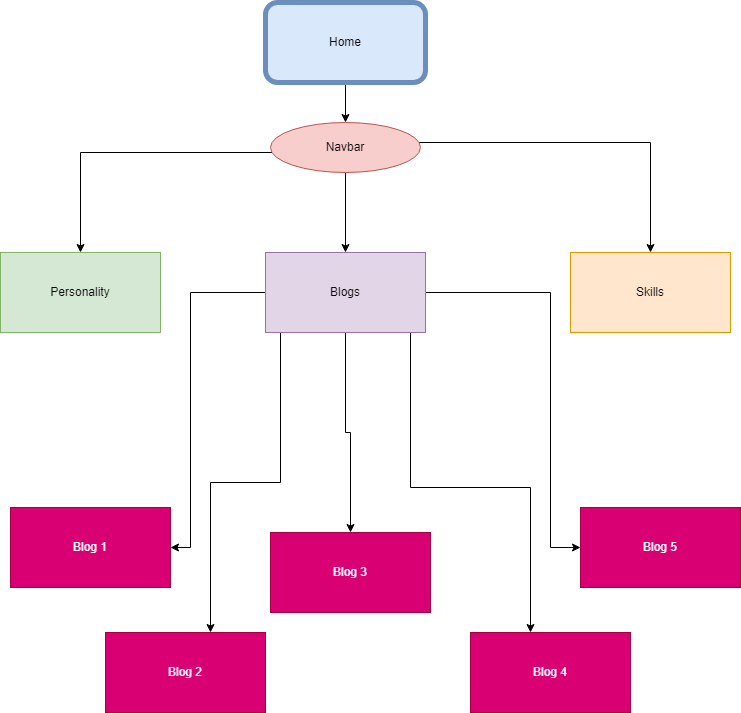
Earlier version of the draw.io export docs/Sitemap.png (k3vinphuong/T1A2-Portfolio-Website). Source tidied: cells renumbered, new cells last; positions are measured from the earlier drawing's top-left corner, leaving out a move shared by most shapes. Source of this version:
```xml
<mxGraphModel>
  <root>
    <mxCell id="0" />
    <mxCell id="1" parent="0" />
    <mxCell id="2" style="edgeStyle=orthogonalEdgeStyle;rounded=0;jettySize=auto;html=1;" parent="1" edge="1" source="17" target="7">
      <mxGeometry relative="1" as="geometry">
        <Array as="points">
          <mxPoint x="80" y="150" />
        </Array>
      </mxGeometry>
    </mxCell>
    <mxCell id="3" style="edgeStyle=orthogonalEdgeStyle;rounded=0;jettySize=auto;html=1;" parent="1" edge="1" source="17" target="8">
      <mxGeometry relative="1" as="geometry">
        <Array as="points">
          <mxPoint x="650" y="140" />
        </Array>
      </mxGeometry>
    </mxCell>
    <mxCell id="4" style="edgeStyle=orthogonalEdgeStyle;rounded=0;jettySize=auto;html=1;" parent="1" edge="1" source="17" target="14">
      <mxGeometry relative="1" as="geometry">
        <Array as="points">
          <mxPoint x="345" y="250" />
          <mxPoint x="345" y="250" />
        </Array>
      </mxGeometry>
    </mxCell>
    <mxCell id="5" style="edgeStyle=orthogonalEdgeStyle;rounded=0;jettySize=auto;html=1;" parent="1" edge="1" source="6" target="17">
      <mxGeometry relative="1" as="geometry" />
    </mxCell>
    <mxCell id="6" value="Home" style="rounded=1;whiteSpace=wrap;html=1;fillColor=#dae8fc;strokeColor=#6c8ebf;strokeWidth=5;" parent="1" vertex="1">
      <mxGeometry x="265" width="160" height="80" as="geometry" />
    </mxCell>
    <mxCell id="7" value="Personality" style="rounded=0;whiteSpace=wrap;html=1;fillColor=#d5e8d4;strokeColor=#82b366;" parent="1" vertex="1">
      <mxGeometry y="250" width="160" height="80" as="geometry" />
    </mxCell>
    <mxCell id="8" value="Skills" style="rounded=0;whiteSpace=wrap;html=1;fillColor=#ffe6cc;strokeColor=#d79b00;" parent="1" vertex="1">
      <mxGeometry x="570" y="250" width="160" height="80" as="geometry" />
    </mxCell>
    <mxCell id="9" style="edgeStyle=orthogonalEdgeStyle;rounded=0;jettySize=auto;html=1;" parent="1" edge="1" source="14" target="15">
      <mxGeometry relative="1" as="geometry">
        <Array as="points">
          <mxPoint x="190" y="290" />
        </Array>
      </mxGeometry>
    </mxCell>
    <mxCell id="10" style="edgeStyle=orthogonalEdgeStyle;rounded=0;jettySize=auto;html=1;" parent="1" edge="1" source="14" target="16">
      <mxGeometry relative="1" as="geometry">
        <Array as="points">
          <mxPoint x="550" y="290" />
          <mxPoint x="550" y="545" />
        </Array>
      </mxGeometry>
    </mxCell>
    <mxCell id="11" style="edgeStyle=orthogonalEdgeStyle;rounded=0;jettySize=auto;html=1;" parent="1" edge="1" source="14" target="18">
      <mxGeometry relative="1" as="geometry">
        <Array as="points">
          <mxPoint x="280" y="480" />
          <mxPoint x="210" y="480" />
        </Array>
      </mxGeometry>
    </mxCell>
    <mxCell id="12" style="edgeStyle=orthogonalEdgeStyle;rounded=0;jettySize=auto;html=1;" parent="1" edge="1" source="14" target="19">
      <mxGeometry relative="1" as="geometry">
        <Array as="points">
          <mxPoint x="410" y="485" />
          <mxPoint x="530" y="485" />
        </Array>
      </mxGeometry>
    </mxCell>
    <mxCell id="13" style="edgeStyle=orthogonalEdgeStyle;rounded=0;jettySize=auto;html=1;" parent="1" edge="1" source="14" target="20">
      <mxGeometry relative="1" as="geometry" />
    </mxCell>
    <mxCell id="14" value="Blogs" style="rounded=0;whiteSpace=wrap;html=1;fillColor=#e1d5e7;strokeColor=#9673a6;" parent="1" vertex="1">
      <mxGeometry x="265" y="250" width="160" height="80" as="geometry" />
    </mxCell>
    <mxCell id="15" value="Blog 1" style="rounded=0;whiteSpace=wrap;html=1;fillColor=#d80073;fontColor=#ffffff;strokeColor=#A50040;" parent="1" vertex="1">
      <mxGeometry x="10" y="505" width="160" height="80" as="geometry" />
    </mxCell>
    <mxCell id="16" value="Blog 5" style="whiteSpace=wrap;html=1;rounded=0;fillColor=#d80073;fontColor=#ffffff;strokeColor=#A50040;" parent="1" vertex="1">
      <mxGeometry x="580" y="505" width="160" height="80" as="geometry" />
    </mxCell>
    <mxCell id="17" value="Navbar" style="ellipse;whiteSpace=wrap;html=1;fillColor=#f8cecc;strokeColor=#b85450;" parent="1" vertex="1">
      <mxGeometry x="270" y="120" width="150" height="50" as="geometry" />
    </mxCell>
    <mxCell id="18" value="Blog 2" style="rounded=0;whiteSpace=wrap;html=1;fillColor=#d80073;fontColor=#ffffff;strokeColor=#A50040;" parent="1" vertex="1">
      <mxGeometry x="105" y="630" width="160" height="80" as="geometry" />
    </mxCell>
    <mxCell id="19" value="Blog 4" style="rounded=0;whiteSpace=wrap;html=1;fillColor=#d80073;fontColor=#ffffff;strokeColor=#A50040;" parent="1" vertex="1">
      <mxGeometry x="470" y="630" width="160" height="80" as="geometry" />
    </mxCell>
    <mxCell id="20" value="Blog 3" style="rounded=0;whiteSpace=wrap;html=1;fillColor=#d80073;fontColor=#ffffff;strokeColor=#A50040;" parent="1" vertex="1">
      <mxGeometry x="270" y="530" width="160" height="80" as="geometry" />
    </mxCell>
  </root>
</mxGraphModel>
```
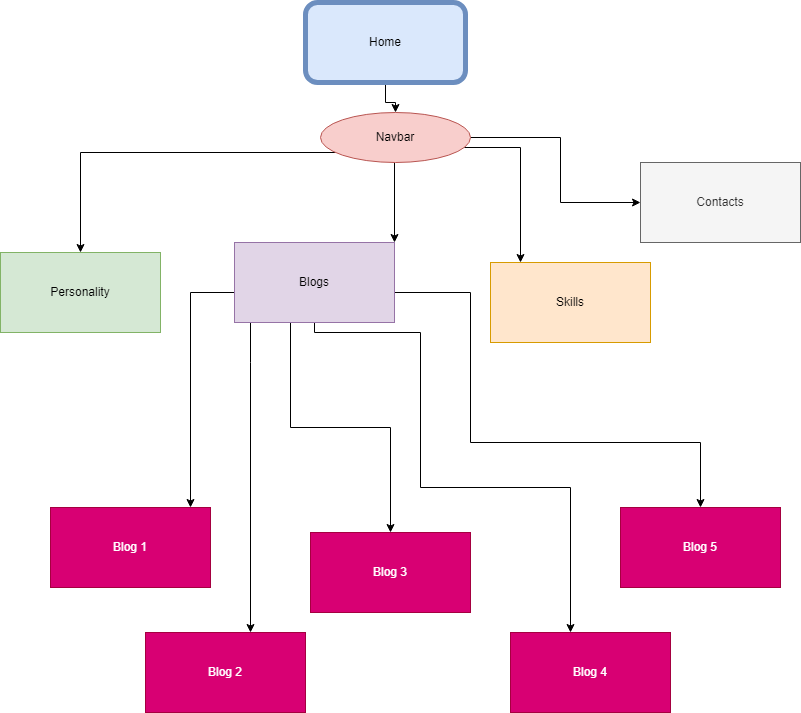
After the commit.

Diff of the diagram source:
```diff
@@ -5,14 +5,14 @@
     <mxCell id="2" style="edgeStyle=orthogonalEdgeStyle;rounded=0;jettySize=auto;html=1;" parent="1" edge="1" source="17" target="7">
       <mxGeometry relative="1" as="geometry">
         <Array as="points">
-          <mxPoint x="80" y="150" />
+          <mxPoint x="40" y="150" />
         </Array>
       </mxGeometry>
     </mxCell>
     <mxCell id="3" style="edgeStyle=orthogonalEdgeStyle;rounded=0;jettySize=auto;html=1;" parent="1" edge="1" source="17" target="8">
       <mxGeometry relative="1" as="geometry">
         <Array as="points">
-          <mxPoint x="650" y="140" />
+          <mxPoint x="480" y="145" />
         </Array>
       </mxGeometry>
     </mxCell>
@@ -31,47 +31,55 @@
       <mxGeometry x="265" width="160" height="80" as="geometry" />
     </mxCell>
     <mxCell id="7" value="Personality" style="rounded=0;whiteSpace=wrap;html=1;fillColor=#d5e8d4;strokeColor=#82b366;" parent="1" vertex="1">
-      <mxGeometry y="250" width="160" height="80" as="geometry" />
+      <mxGeometry x="-40" y="250" width="160" height="80" as="geometry" />
     </mxCell>
     <mxCell id="8" value="Skills" style="rounded=0;whiteSpace=wrap;html=1;fillColor=#ffe6cc;strokeColor=#d79b00;" parent="1" vertex="1">
-      <mxGeometry x="570" y="250" width="160" height="80" as="geometry" />
+      <mxGeometry x="450" y="260" width="160" height="80" as="geometry" />
     </mxCell>
     <mxCell id="9" style="edgeStyle=orthogonalEdgeStyle;rounded=0;jettySize=auto;html=1;" parent="1" edge="1" source="14" target="15">
       <mxGeometry relative="1" as="geometry">
         <Array as="points">
-          <mxPoint x="190" y="290" />
+          <mxPoint x="150" y="290" />
         </Array>
       </mxGeometry>
     </mxCell>
     <mxCell id="10" style="edgeStyle=orthogonalEdgeStyle;rounded=0;jettySize=auto;html=1;" parent="1" edge="1" source="14" target="16">
       <mxGeometry relative="1" as="geometry">
         <Array as="points">
-          <mxPoint x="550" y="290" />
-          <mxPoint x="550" y="545" />
+          <mxPoint x="430" y="290" />
+          <mxPoint x="430" y="440" />
+          <mxPoint x="660" y="440" />
         </Array>
       </mxGeometry>
     </mxCell>
     <mxCell id="11" style="edgeStyle=orthogonalEdgeStyle;rounded=0;jettySize=auto;html=1;" parent="1" edge="1" source="14" target="18">
       <mxGeometry relative="1" as="geometry">
         <Array as="points">
-          <mxPoint x="280" y="480" />
-          <mxPoint x="210" y="480" />
+          <mxPoint x="210" y="360" />
+          <mxPoint x="210" y="360" />
         </Array>
       </mxGeometry>
     </mxCell>
     <mxCell id="12" style="edgeStyle=orthogonalEdgeStyle;rounded=0;jettySize=auto;html=1;" parent="1" edge="1" source="14" target="19">
       <mxGeometry relative="1" as="geometry">
         <Array as="points">
-          <mxPoint x="410" y="485" />
+          <mxPoint x="274" y="330" />
+          <mxPoint x="380" y="330" />
+          <mxPoint x="380" y="485" />
           <mxPoint x="530" y="485" />
         </Array>
       </mxGeometry>
     </mxCell>
     <mxCell id="13" style="edgeStyle=orthogonalEdgeStyle;rounded=0;jettySize=auto;html=1;" parent="1" edge="1" source="14" target="20">
-      <mxGeometry relative="1" as="geometry" />
+      <mxGeometry relative="1" as="geometry">
+        <Array as="points">
+          <mxPoint x="250" y="425" />
+          <mxPoint x="350" y="425" />
+        </Array>
+      </mxGeometry>
     </mxCell>
     <mxCell id="14" value="Blogs" style="rounded=0;whiteSpace=wrap;html=1;fillColor=#e1d5e7;strokeColor=#9673a6;" parent="1" vertex="1">
-      <mxGeometry x="265" y="250" width="160" height="80" as="geometry" />
+      <mxGeometry x="194" y="240" width="160" height="80" as="geometry" />
     </mxCell>
     <mxCell id="15" value="Blog 1" style="rounded=0;whiteSpace=wrap;html=1;fillColor=#d80073;fontColor=#ffffff;strokeColor=#A50040;" parent="1" vertex="1">
       <mxGeometry x="10" y="505" width="160" height="80" as="geometry" />
@@ -79,8 +87,16 @@
     <mxCell id="16" value="Blog 5" style="whiteSpace=wrap;html=1;rounded=0;fillColor=#d80073;fontColor=#ffffff;strokeColor=#A50040;" parent="1" vertex="1">
       <mxGeometry x="580" y="505" width="160" height="80" as="geometry" />
     </mxCell>
+    <mxCell id="21" style="edgeStyle=orthogonalEdgeStyle;rounded=0;jettySize=auto;html=1;entryX=0;entryY=0.5;entryDx=0;entryDy=0;" parent="1" edge="1" source="17" target="22">
+      <mxGeometry relative="1" as="geometry">
+        <Array as="points">
+          <mxPoint x="520" y="135" />
+          <mxPoint x="520" y="200" />
+        </Array>
+      </mxGeometry>
+    </mxCell>
     <mxCell id="17" value="Navbar" style="ellipse;whiteSpace=wrap;html=1;fillColor=#f8cecc;strokeColor=#b85450;" parent="1" vertex="1">
-      <mxGeometry x="270" y="120" width="150" height="50" as="geometry" />
+      <mxGeometry x="280" y="110" width="150" height="50" as="geometry" />
     </mxCell>
     <mxCell id="18" value="Blog 2" style="rounded=0;whiteSpace=wrap;html=1;fillColor=#d80073;fontColor=#ffffff;strokeColor=#A50040;" parent="1" vertex="1">
       <mxGeometry x="105" y="630" width="160" height="80" as="geometry" />
@@ -91,5 +107,8 @@
     <mxCell id="20" value="Blog 3" style="rounded=0;whiteSpace=wrap;html=1;fillColor=#d80073;fontColor=#ffffff;strokeColor=#A50040;" parent="1" vertex="1">
       <mxGeometry x="270" y="530" width="160" height="80" as="geometry" />
     </mxCell>
+    <mxCell id="22" value="Contacts" style="rounded=0;whiteSpace=wrap;html=1;fillColor=#f5f5f5;strokeColor=#666666;fontColor=#333333;" parent="1" vertex="1">
+      <mxGeometry x="600" y="160" width="160" height="80" as="geometry" />
+    </mxCell>
   </root>
 </mxGraphModel>
```
